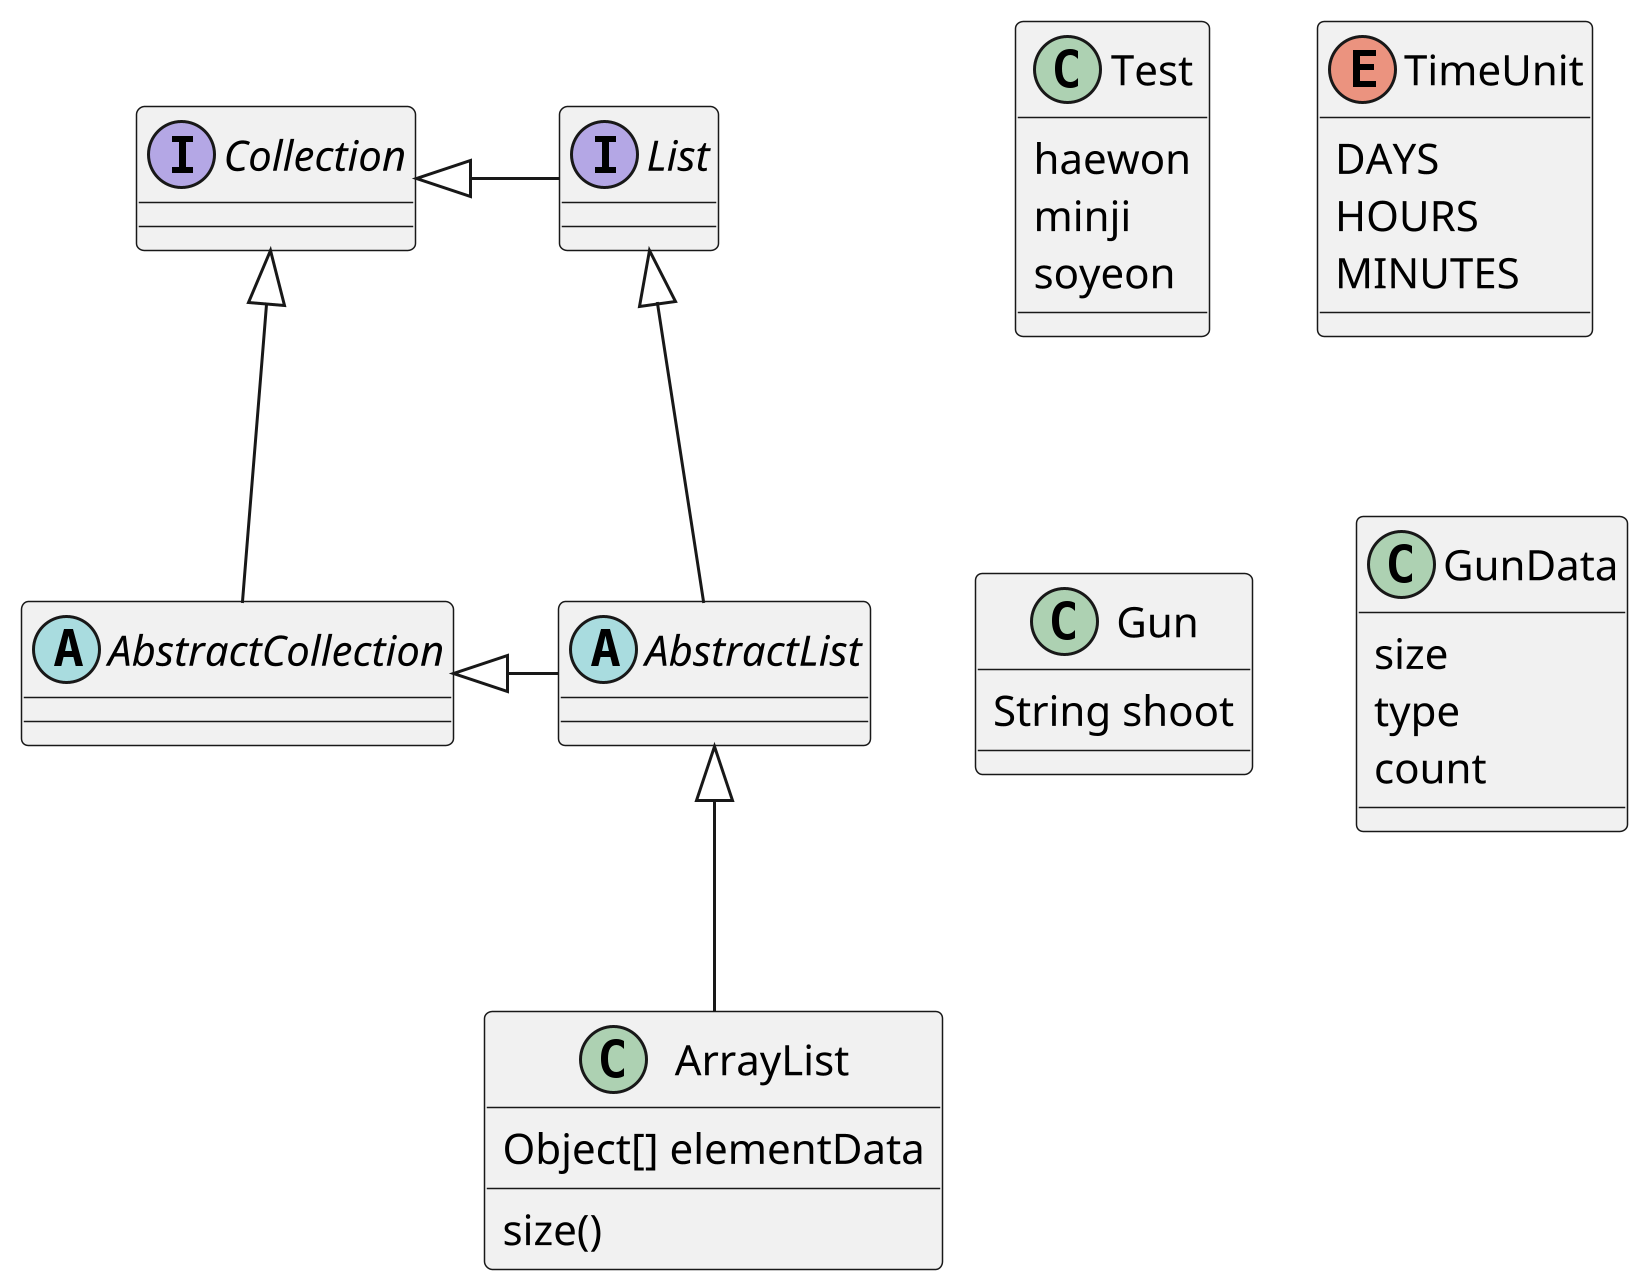
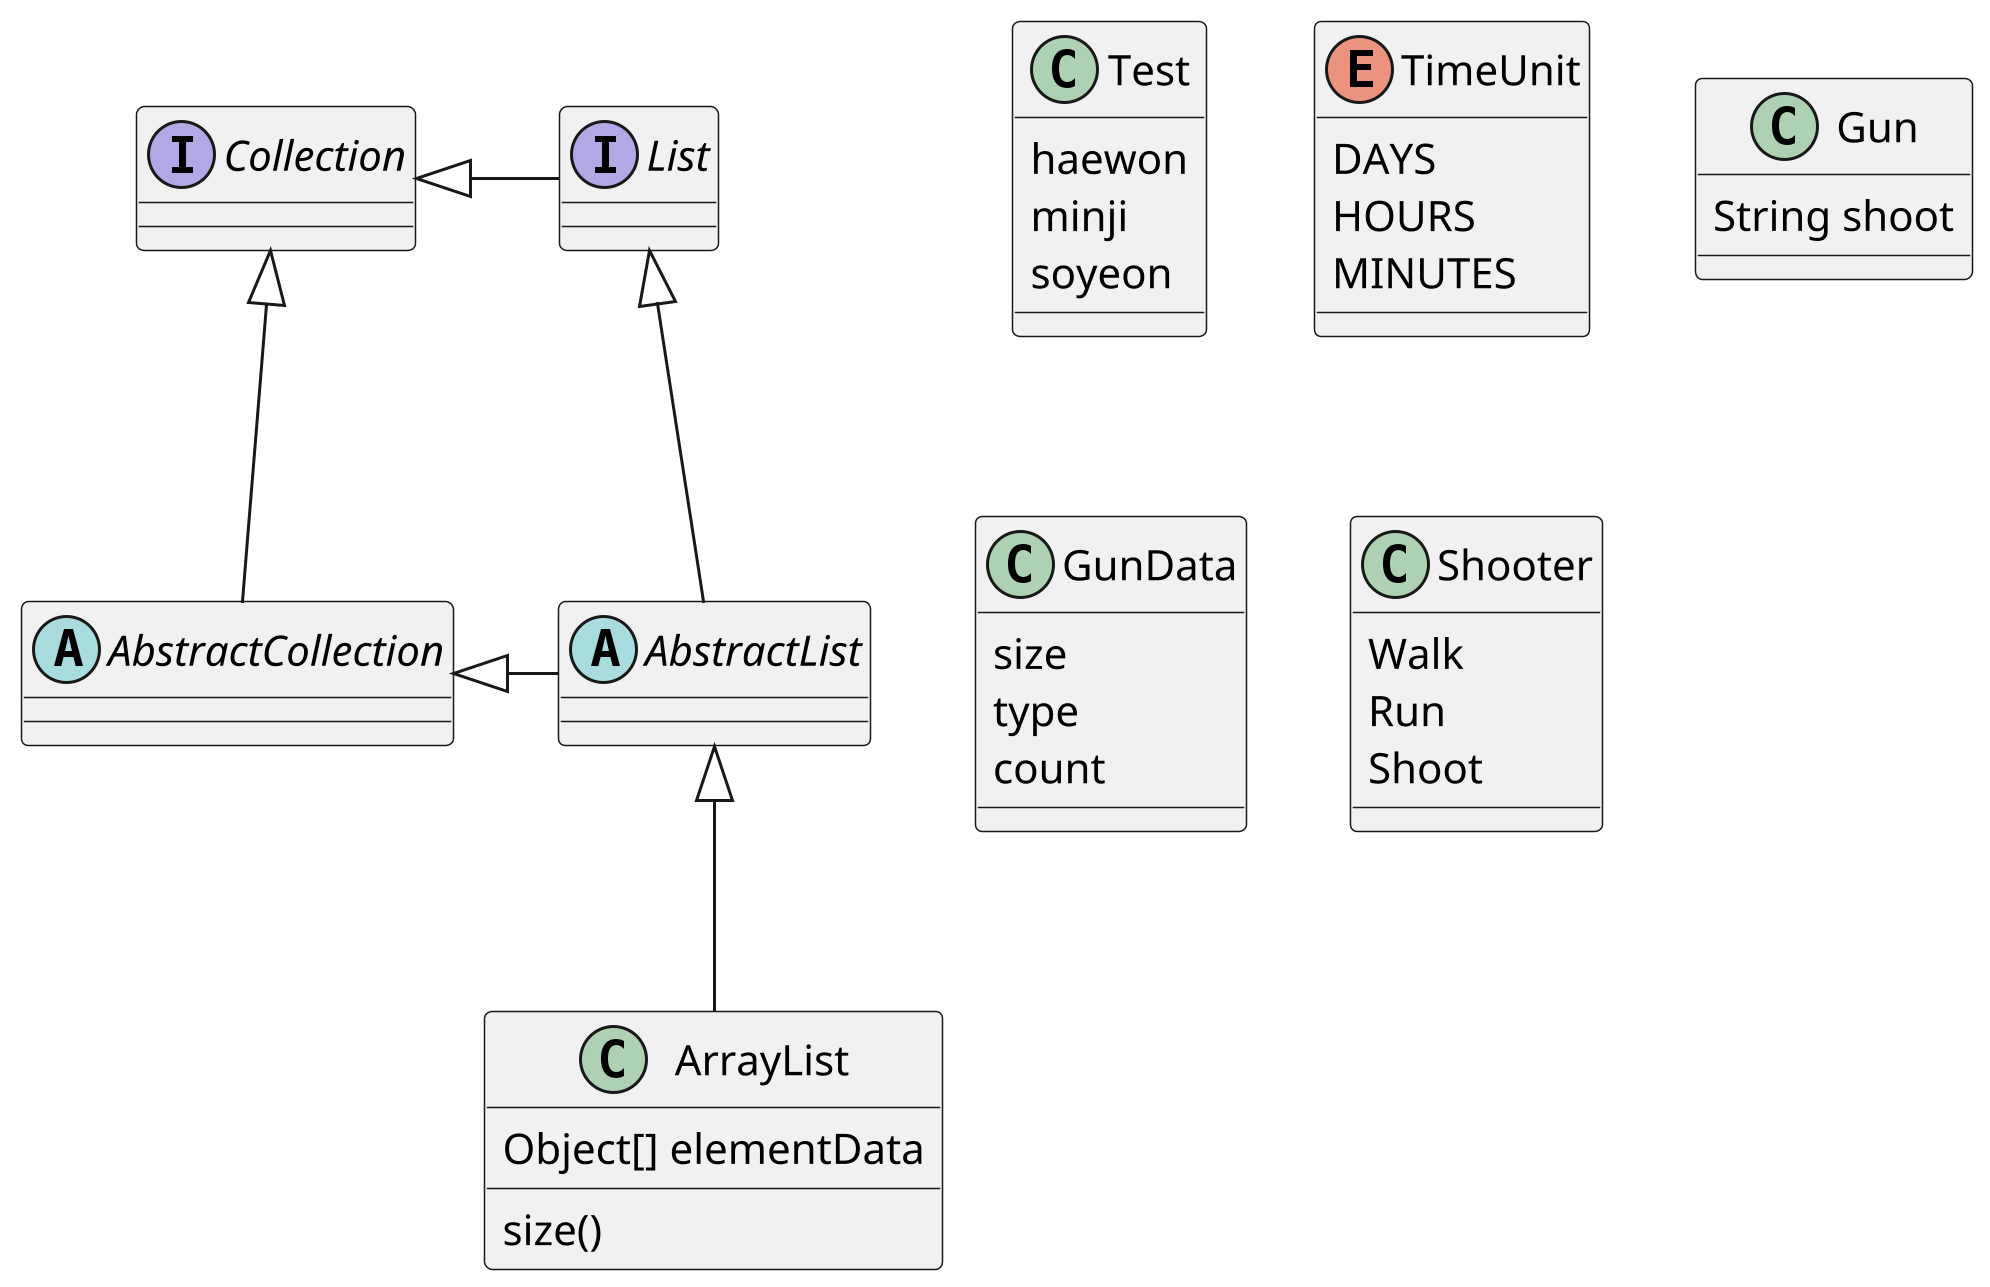
@startuml
'https://plantuml.com/class-diagram

scale 3
abstract class AbstractList
abstract AbstractCollection
interface List
interface Collection

List <|-- AbstractList
Collection <|-- AbstractCollection

Collection <|- List
AbstractCollection <|- AbstractList
AbstractList <|-- ArrayList

class Test {
    haewon
    minji
    soyeon
}

class ArrayList {
Object[] elementData
size()
}

enum TimeUnit {
DAYS
HOURS
MINUTES
}

class Gun {
    String shoot
}

class GunData {
    size
    type
    count
}

+ class Shooter {
+ Walk
+ Run
+ Shoot
+ }
+ 
@enduml